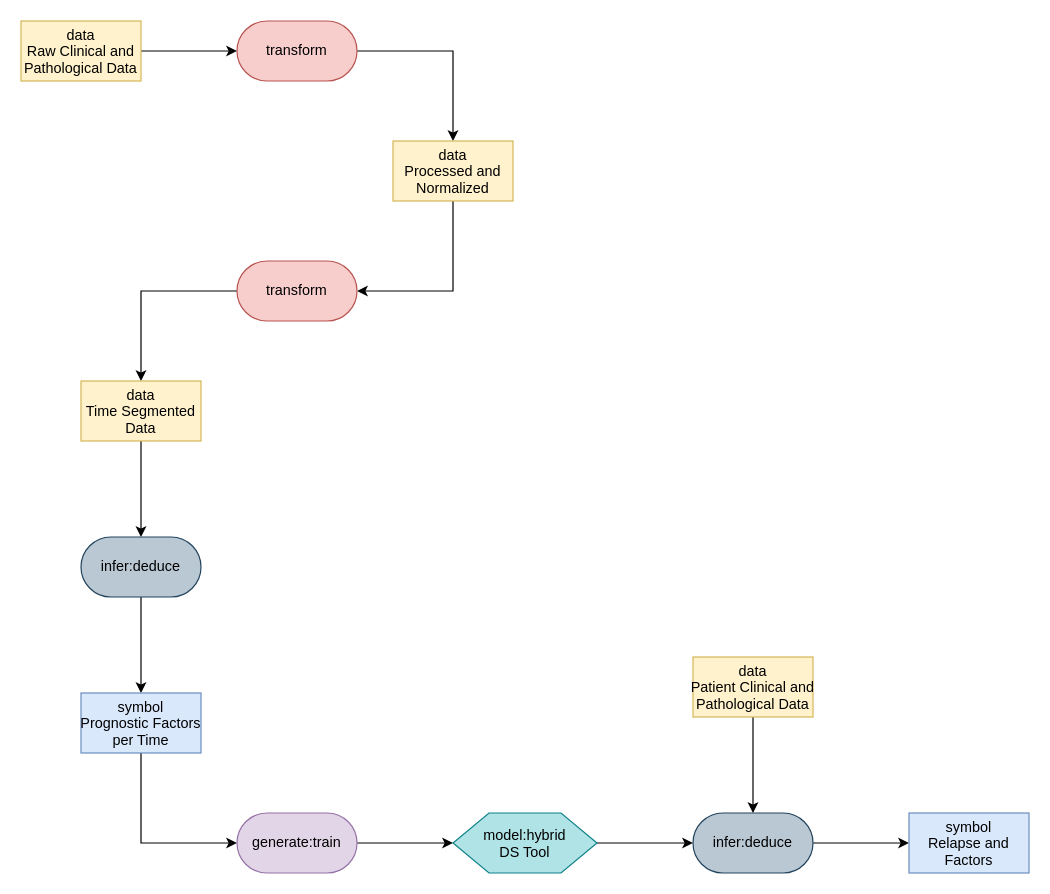
This is medical patterns to boxologies/Rules Embedded in ML architecture (REML)/A combined neural network and decision trees model for prognosis of breast cancer relapse.drawio from zonnesmit/thesis, a draw.io file, before an edit. Source tidied: cells renumbered, new cells numbered last; positions are measured from the earlier drawing's top-left corner, leaving out a move shared by most shapes. Both pictures are drawn from the tidied source at 120%, with x=0, y=0 at pixel (20, 20).
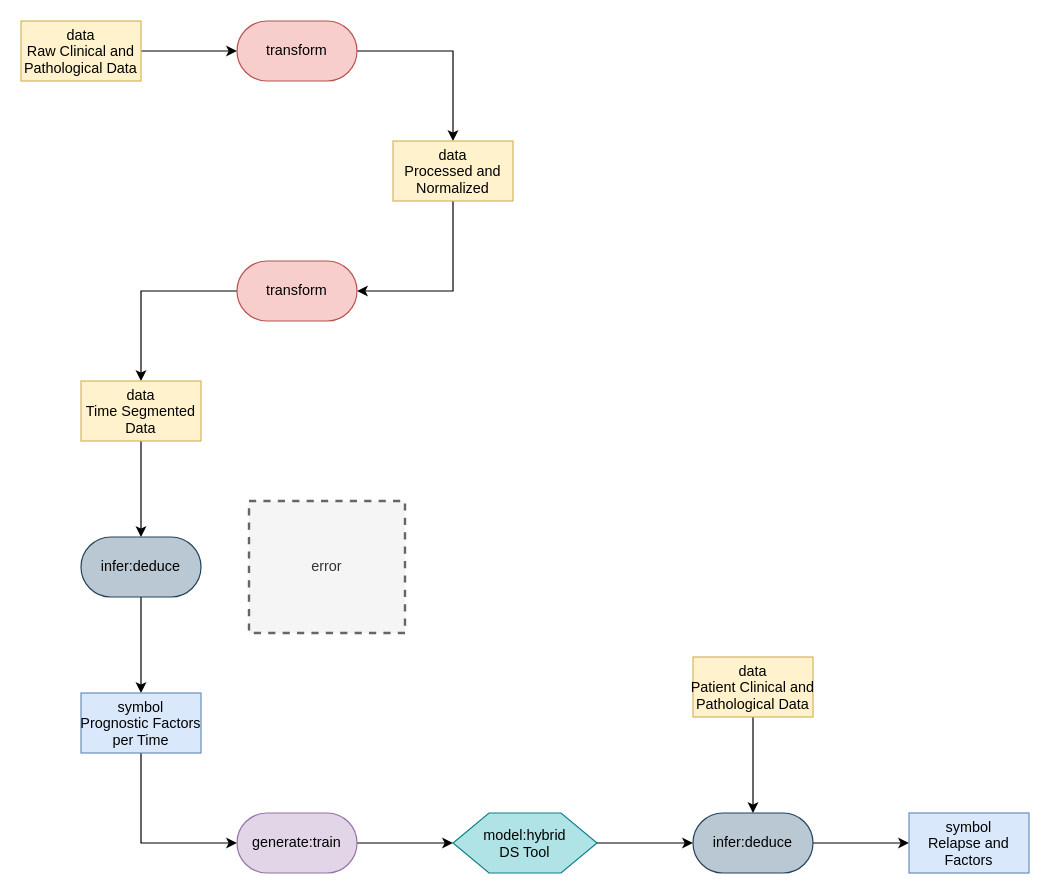
After the change.

Change to the diagram source:
```diff
@@
+    <mxCell id="25" value="error" style="text;html=1;align=center;verticalAlign=middle;whiteSpace=wrap;rounded=0;dashed=1;fillColor=#f5f5f5;fontColor=#333333;strokeColor=#666666;strokeWidth=2;" parent="1" vertex="1">
+      <mxGeometry x="190" y="400" width="130" height="110" as="geometry" />
+    </mxCell>
```
